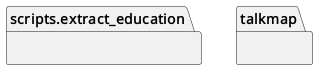
The PlantUML diagram docs/diagrams/python-packages.puml.png in casonk/casonk.github.io, before a commit.
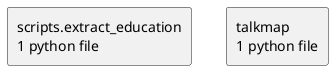
After the change.

Commit message:
docs: refresh python sidecar diagrams

The edit, as a diff of the source:
```diff
@@ -1,7 +1,7 @@
 @startuml packages_casonk.github.io
 set namespaceSeparator none
-package "scripts.extract_education" as scripts.extract_education {
-}
-package "talkmap" as talkmap {
-}
+top to bottom direction
+skinparam componentStyle rectangle
+rectangle "scripts.extract_education\n1 python file" as scripts.extract_education
+rectangle "talkmap\n1 python file" as talkmap
 @enduml
```
